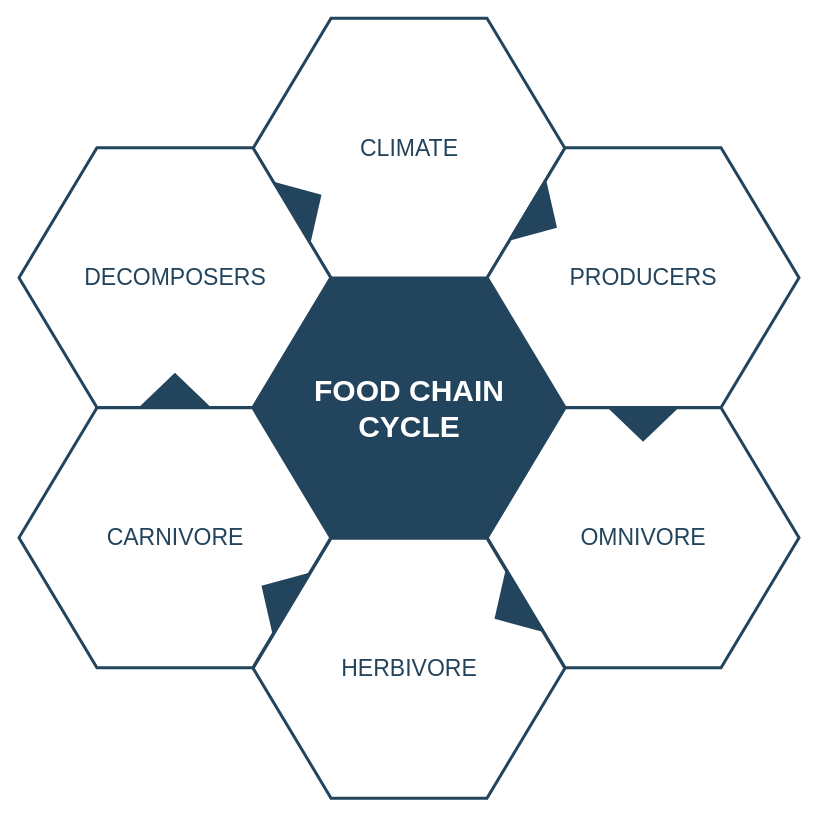
Before: Untitled Diagram.drawio in CarryNi/Orange, a draw.io diagram. Source tidied: cells renumbered, new cells numbered last; positions are measured from the earlier drawing's top-left corner, leaving out a move shared by most shapes. Both pictures are drawn from the tidied source at 100%, with x=0, y=0 at pixel (18, 18).
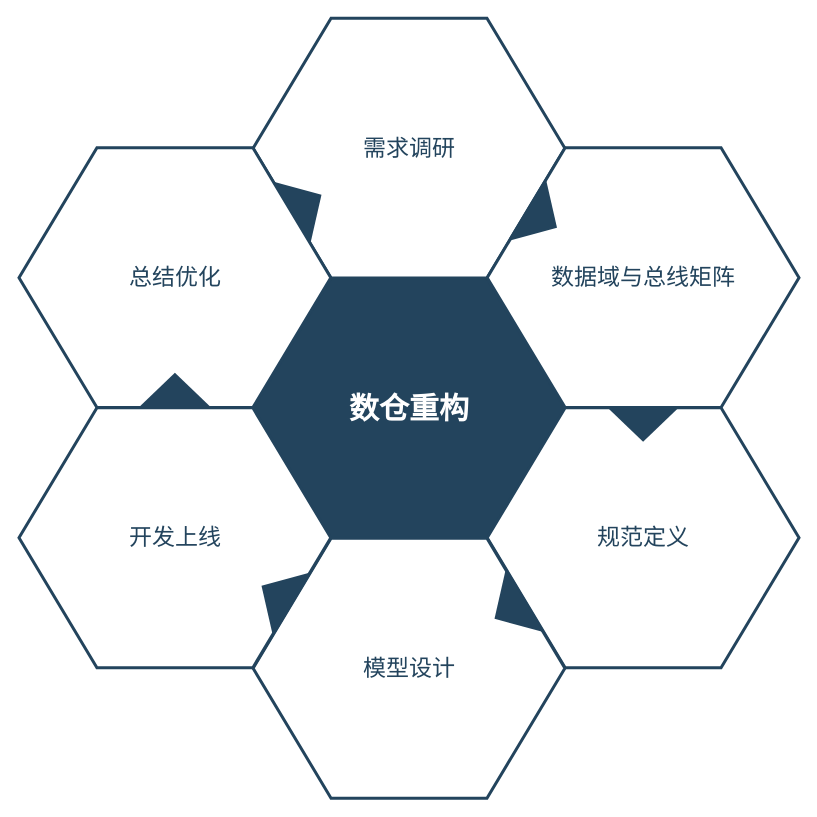
Above is the later version.

What changed in the source:
```diff
@@
 <mxGraphModel background="#ffffff">
   <root>
     <mxCell id="0" />
     <mxCell id="1" parent="0" />
-    <mxCell id="2" value="&lt;font style=&quot;font-size: 30px&quot; color=&quot;#ffffff&quot;&gt;&lt;b&gt;&lt;span&gt;FOOD CHAIN&lt;/span&gt;&lt;br&gt;&lt;span&gt;CYCLE&lt;/span&gt;&lt;/b&gt;&lt;/font&gt;&lt;br&gt;" style="shape=hexagon;perimeter=hexagonPerimeter2;whiteSpace=wrap;html=1;shadow=0;labelBackgroundColor=none;strokeColor=#23445D;fillColor=#23445D;gradientColor=none;fontFamily=Helvetica;fontSize=23;fontColor=#23445d;align=center;strokeWidth=3;" parent="1" vertex="1">
+    <mxCell id="2" value="&lt;font color=&quot;#ffffff&quot;&gt;&lt;span style=&quot;font-size: 30px&quot;&gt;&lt;b&gt;数仓重构&lt;/b&gt;&lt;/span&gt;&lt;/font&gt;" style="shape=hexagon;perimeter=hexagonPerimeter2;whiteSpace=wrap;html=1;shadow=0;labelBackgroundColor=none;strokeColor=#23445D;fillColor=#23445D;gradientColor=none;fontFamily=Helvetica;fontSize=23;fontColor=#23445d;align=center;strokeWidth=3;" parent="1" vertex="1">
       <mxGeometry x="234.6" y="259.8" width="311.8" height="259.9" as="geometry" />
     </mxCell>
     <mxCell id="3" style="triangle;whiteSpace=wrap;html=1;shadow=0;labelBackgroundColor=none;strokeColor=none;fillColor=#FFFFFF;fontFamily=Helvetica;fontSize=17;fontColor=#23445d;align=center;rotation=90;gradientColor=none;flipV=1;flipH=1;opacity=20;" parent="1" vertex="1">
       <mxGeometry x="115.5" y="277.7" width="72" height="152" as="geometry" />
     </mxCell>
-    <mxCell id="4" value="&lt;font style=&quot;font-size: 23px&quot;&gt;CLIMATE&lt;/font&gt;" style="shape=hexagon;perimeter=hexagonPerimeter2;whiteSpace=wrap;html=1;shadow=0;labelBackgroundColor=none;strokeColor=#23445D;fillColor=#ffffff;gradientColor=none;fontFamily=Helvetica;fontSize=23;fontColor=#23445D;align=center;strokeWidth=3;" parent="1" vertex="1">
+    <mxCell id="4" value="&lt;font style=&quot;font-size: 23px&quot;&gt;需求调研&lt;/font&gt;" style="shape=hexagon;perimeter=hexagonPerimeter2;whiteSpace=wrap;html=1;shadow=0;labelBackgroundColor=none;strokeColor=#23445D;fillColor=#ffffff;gradientColor=none;fontFamily=Helvetica;fontSize=23;fontColor=#23445D;align=center;strokeWidth=3;" parent="1" vertex="1">
       <mxGeometry x="234.6" y="-0.3" width="311.8" height="259.9" as="geometry" />
     </mxCell>
-    <mxCell id="5" value="&lt;font style=&quot;font-size: 23px&quot;&gt;PRODUCERS&lt;/font&gt;" style="shape=hexagon;perimeter=hexagonPerimeter2;whiteSpace=wrap;html=1;shadow=0;labelBackgroundColor=none;strokeColor=#23445D;fillColor=#FFFFFF;gradientColor=none;fontFamily=Helvetica;fontSize=23;fontColor=#23445d;align=center;strokeWidth=3;" parent="1" vertex="1">
+    <mxCell id="5" value="&lt;font style=&quot;font-size: 23px&quot;&gt;数据域与总线矩阵&lt;/font&gt;" style="shape=hexagon;perimeter=hexagonPerimeter2;whiteSpace=wrap;html=1;shadow=0;labelBackgroundColor=none;strokeColor=#23445D;fillColor=#FFFFFF;gradientColor=none;fontFamily=Helvetica;fontSize=23;fontColor=#23445d;align=center;strokeWidth=3;" parent="1" vertex="1">
       <mxGeometry x="468.7" y="129.2" width="311.8" height="259.9" as="geometry" />
     </mxCell>
-    <mxCell id="6" value="&lt;font style=&quot;font-size: 23px&quot;&gt;OMNIVORE&lt;/font&gt;" style="shape=hexagon;perimeter=hexagonPerimeter2;whiteSpace=wrap;html=1;shadow=0;labelBackgroundColor=none;strokeColor=#23445D;fillColor=#FFFFFF;gradientColor=none;fontFamily=Helvetica;fontSize=23;fontColor=#23445d;align=center;strokeWidth=3;" parent="1" vertex="1">
+    <mxCell id="6" value="规范定义" style="shape=hexagon;perimeter=hexagonPerimeter2;whiteSpace=wrap;html=1;shadow=0;labelBackgroundColor=none;strokeColor=#23445D;fillColor=#FFFFFF;gradientColor=none;fontFamily=Helvetica;fontSize=23;fontColor=#23445d;align=center;strokeWidth=3;" parent="1" vertex="1">
       <mxGeometry x="468.7" y="389.3" width="311.8" height="259.9" as="geometry" />
     </mxCell>
-    <mxCell id="7" value="&lt;font style=&quot;font-size: 23px&quot;&gt;HERBIVORE&lt;/font&gt;" style="shape=hexagon;perimeter=hexagonPerimeter2;whiteSpace=wrap;html=1;shadow=0;labelBackgroundColor=none;strokeColor=#23445D;fillColor=#FFFFFF;gradientColor=none;fontFamily=Helvetica;fontSize=23;fontColor=#23445d;align=center;strokeWidth=3;" parent="1" vertex="1">
+    <mxCell id="7" value="&lt;span style=&quot;white-space: normal&quot;&gt;模型设计&lt;/span&gt;" style="shape=hexagon;perimeter=hexagonPerimeter2;whiteSpace=wrap;html=1;shadow=0;labelBackgroundColor=none;strokeColor=#23445D;fillColor=#FFFFFF;gradientColor=none;fontFamily=Helvetica;fontSize=23;fontColor=#23445d;align=center;strokeWidth=3;" parent="1" vertex="1">
       <mxGeometry x="234.6" y="519.8" width="311.8" height="259.9" as="geometry" />
     </mxCell>
-    <mxCell id="8" value="&lt;font style=&quot;font-size: 23px&quot;&gt;CARNIVORE&lt;/font&gt;" style="shape=hexagon;perimeter=hexagonPerimeter2;whiteSpace=wrap;html=1;shadow=0;labelBackgroundColor=none;strokeColor=#23445D;fillColor=#FFFFFF;gradientColor=none;fontFamily=Helvetica;fontSize=23;fontColor=#23445d;align=center;strokeWidth=3;" parent="1" vertex="1">
+    <mxCell id="8" value="开发上线" style="shape=hexagon;perimeter=hexagonPerimeter2;whiteSpace=wrap;html=1;shadow=0;labelBackgroundColor=none;strokeColor=#23445D;fillColor=#FFFFFF;gradientColor=none;fontFamily=Helvetica;fontSize=23;fontColor=#23445d;align=center;strokeWidth=3;" parent="1" vertex="1">
       <mxGeometry x="0.5" y="389.3" width="311.8" height="259.9" as="geometry" />
     </mxCell>
-    <mxCell id="9" value="&lt;font style=&quot;font-size: 23px;&quot;&gt;DECOMPOSERS&lt;/font&gt;" style="shape=hexagon;perimeter=hexagonPerimeter2;whiteSpace=wrap;html=1;shadow=0;labelBackgroundColor=none;strokeColor=#23445D;fillColor=#ffffff;gradientColor=none;fontFamily=Helvetica;fontSize=23;fontColor=#23445D;align=center;strokeWidth=3;" parent="1" vertex="1">
+    <mxCell id="9" value="总结优化" style="shape=hexagon;perimeter=hexagonPerimeter2;whiteSpace=wrap;html=1;shadow=0;labelBackgroundColor=none;strokeColor=#23445D;fillColor=#ffffff;gradientColor=none;fontFamily=Helvetica;fontSize=23;fontColor=#23445D;align=center;strokeWidth=3;" parent="1" vertex="1">
       <mxGeometry x="0.5" y="129.2" width="311.8" height="259.9" as="geometry" />
     </mxCell>
     <mxCell id="10" style="triangle;whiteSpace=wrap;html=1;shadow=0;labelBackgroundColor=none;strokeColor=none;fillColor=#23445D;fontFamily=Helvetica;fontSize=17;fontColor=#23445d;align=center;rotation=31;gradientColor=none;strokeWidth=3;" parent="1" vertex="1">
       <mxGeometry x="506" y="163.7" width="35" height="73" as="geometry" />
     </mxCell>
     <mxCell id="11" style="triangle;whiteSpace=wrap;html=1;shadow=0;labelBackgroundColor=none;strokeColor=none;fillColor=#23445D;fontFamily=Helvetica;fontSize=17;fontColor=#23445d;align=center;rotation=31;gradientColor=none;flipH=1;strokeWidth=3;" parent="1" vertex="1">
       <mxGeometry x="240.5" y="539.7" width="35" height="73" as="geometry" />
     </mxCell>
     <mxCell id="12" style="triangle;whiteSpace=wrap;html=1;shadow=0;labelBackgroundColor=none;strokeColor=none;fillColor=#23445D;fontFamily=Helvetica;fontSize=17;fontColor=#23445d;align=center;rotation=329;gradientColor=none;strokeWidth=3;" parent="1" vertex="1">
       <mxGeometry x="270.5" y="148.7" width="35" height="73" as="geometry" />
     </mxCell>
     <mxCell id="13" style="triangle;whiteSpace=wrap;html=1;shadow=0;labelBackgroundColor=none;strokeColor=none;fillColor=#23445D;fontFamily=Helvetica;fontSize=17;fontColor=#23445d;align=center;rotation=329;gradientColor=none;flipH=1;strokeWidth=3;" parent="1" vertex="1">
       <mxGeometry x="473.5" y="554.7" width="35" height="73" as="geometry" />
     </mxCell>
     <mxCell id="14" style="triangle;whiteSpace=wrap;html=1;shadow=0;labelBackgroundColor=none;strokeColor=none;fillColor=#23445D;fontFamily=Helvetica;fontSize=17;fontColor=#23445d;align=center;rotation=90;gradientColor=none;strokeWidth=3;" parent="1" vertex="1">
       <mxGeometry x="607.1" y="369.2" width="35" height="73" as="geometry" />
     </mxCell>
     <mxCell id="15" style="triangle;whiteSpace=wrap;html=1;shadow=0;labelBackgroundColor=none;strokeColor=none;fillColor=#23445D;fontFamily=Helvetica;fontSize=17;fontColor=#23445d;align=center;rotation=90;gradientColor=none;flipH=1;strokeWidth=3;" parent="1" vertex="1">
       <mxGeometry x="138.9" y="335.2" width="35" height="73" as="geometry" />
     </mxCell>
   </root>
 </mxGraphModel>
```
